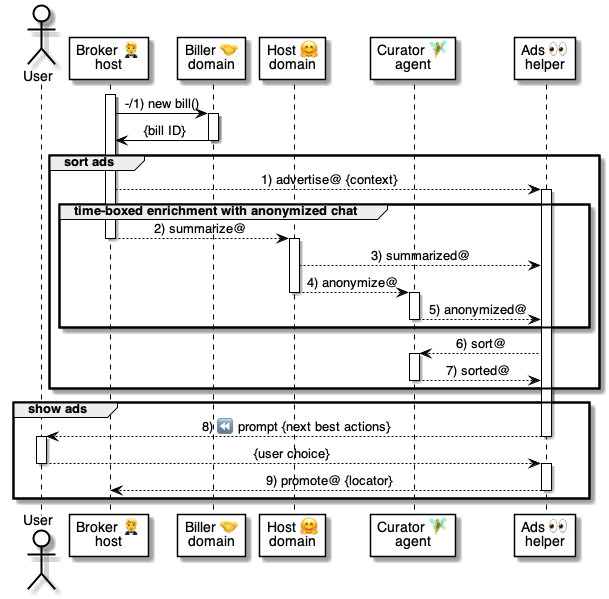
pollyweb-org/pollyweb-docs keeps this PlantUML diagram as 5 ⏩ Flows/05 👀⏩ Advertisers/.📎 Assets/⚙️ Advertise.png. Above is the earlier version. Its source is kept beside it as 5 ⏩ Flows/05 👀⏩ Advertisers/.📎 Assets/⚙️ Advertise.puml.
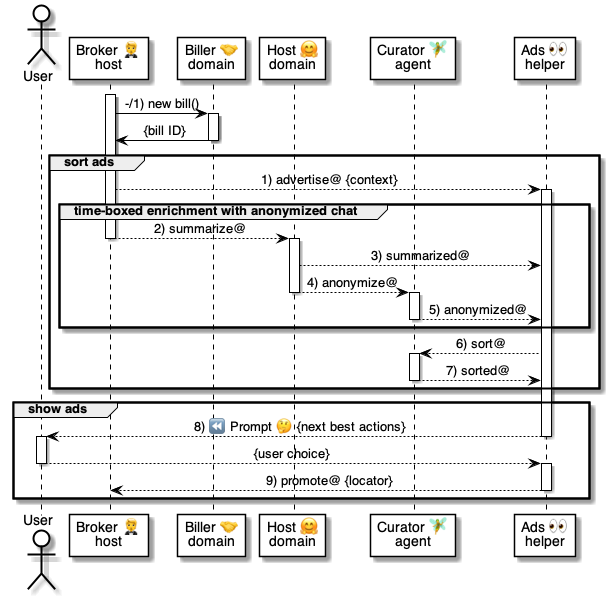
The same diagram one commit later.

What changed in the source:
```diff
@@ -49,7 +49,7 @@
 group show ads
 
     activate ads
-        ads --> user: 8) ⏪ prompt {next best actions}
+        ads --> user: 8) ⏪ Prompt 🤔 {next best actions}
     deactivate ads
 
     activate user
```
